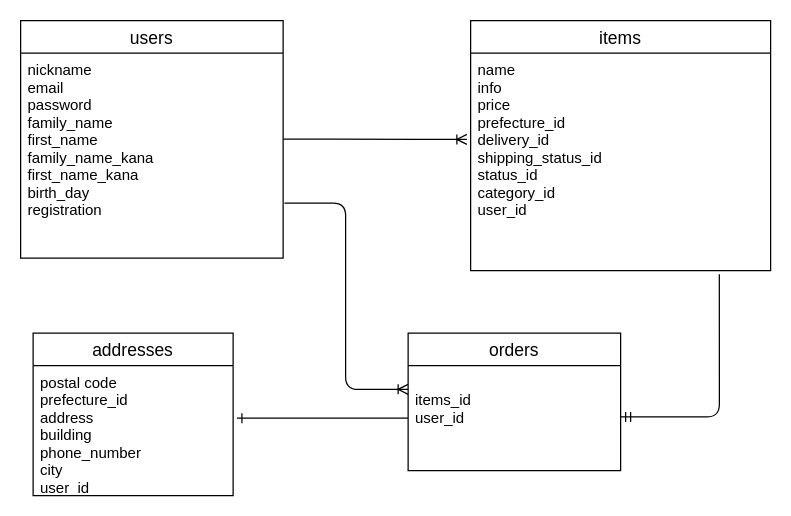
Before: furima.dio in sae-yajima/furima-35697, a draw.io diagram. Source tidied: cells renumbered, new cells numbered last; positions are measured from the earlier drawing's top-left corner, leaving out a move shared by most shapes. Both pictures are drawn from the tidied source at 125%, with x=0, y=0 at pixel (20, 20).
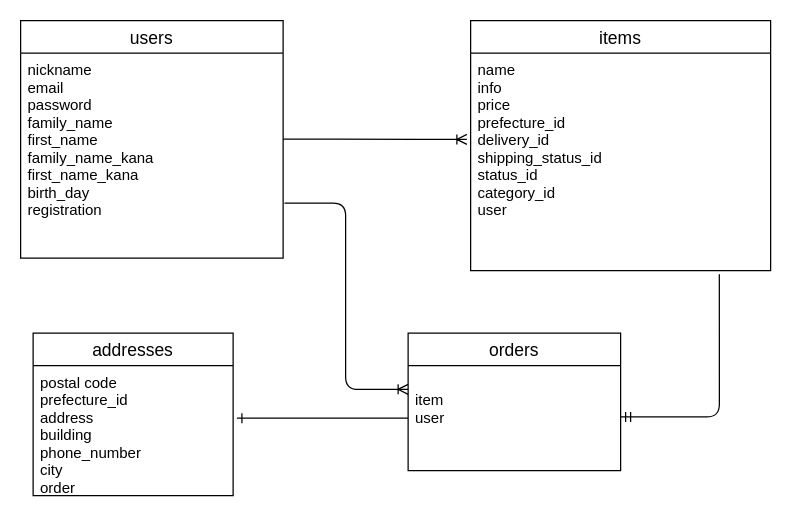
The same page after the edit.

What changed in the source:
```diff
@@
 <mxGraphModel>
   <root>
     <mxCell id="0" />
     <mxCell id="1" parent="0" />
     <mxCell id="2" value="users" style="swimlane;fontStyle=0;horizontal=1;startSize=26;align=center;fontSize=14;" parent="1" vertex="1">
       <mxGeometry width="210" height="190" as="geometry" />
     </mxCell>
     <mxCell id="3" value="nickname&#10;email&#10;password&#10;family_name&#10;first_name&#10;family_name_kana&#10;first_name_kana&#10;birth_day&#10;registration&#10;" style="text;strokeColor=none;fillColor=none;spacingLeft=4;spacingRight=4;overflow=hidden;points=[[0,0.5],[1,0.5]];portConstraint=eastwest;fontSize=12;" parent="2" vertex="1">
       <mxGeometry y="26" width="210" height="164" as="geometry" />
     </mxCell>
     <mxCell id="4" value="items" style="swimlane;fontStyle=0;horizontal=1;startSize=26;align=center;fontSize=14;" parent="1" vertex="1">
       <mxGeometry x="360" width="240" height="200" as="geometry" />
     </mxCell>
-    <mxCell id="5" value="name&#10;info&#10;price&#10;prefecture_id&#10;delivery_id&#10;shipping_status_id&#10;status_id&#10;category_id&#10;user_id&#10;&#10;&#10;&#10;&#10;&#10;" style="text;strokeColor=none;fillColor=none;spacingLeft=4;spacingRight=4;overflow=hidden;points=[[0,0.5],[1,0.5]];portConstraint=eastwest;fontSize=12;" parent="4" vertex="1">
+    <mxCell id="5" value="name&#10;info&#10;price&#10;prefecture_id&#10;delivery_id&#10;shipping_status_id&#10;status_id&#10;category_id&#10;user&#10;&#10;&#10;&#10;&#10;&#10;" style="text;strokeColor=none;fillColor=none;spacingLeft=4;spacingRight=4;overflow=hidden;points=[[0,0.5],[1,0.5]];portConstraint=eastwest;fontSize=12;" parent="4" vertex="1">
       <mxGeometry y="26" width="240" height="174" as="geometry" />
     </mxCell>
     <mxCell id="6" style="edgeStyle=entityRelationEdgeStyle;fontSize=12;html=1;endArrow=ERoneToMany;exitX=1.01;exitY=0.313;exitDx=0;exitDy=0;exitPerimeter=0;" parent="1" edge="1">
       <mxGeometry relative="1" as="geometry">
         <mxPoint x="210" y="94.7" as="sourcePoint" />
         <mxPoint x="357" y="95" as="targetPoint" />
       </mxGeometry>
     </mxCell>
     <mxCell id="7" value="orders" style="swimlane;fontStyle=0;horizontal=1;startSize=26;align=center;fontSize=14;" parent="1" vertex="1">
       <mxGeometry x="310" y="250" width="170" height="110" as="geometry" />
     </mxCell>
-    <mxCell id="8" value="&#10;items_id&#10;user_id" style="text;strokeColor=none;fillColor=none;spacingLeft=4;spacingRight=4;overflow=hidden;points=[[0,0.5],[1,0.5]];portConstraint=eastwest;fontSize=12;" parent="7" vertex="1">
+    <mxCell id="8" value="&#10;item&#10;user&#10;" style="text;strokeColor=none;fillColor=none;spacingLeft=4;spacingRight=4;overflow=hidden;points=[[0,0.5],[1,0.5]];portConstraint=eastwest;fontSize=12;" parent="7" vertex="1">
       <mxGeometry y="26" width="170" height="84" as="geometry" />
     </mxCell>
     <mxCell id="9" value="addresses" style="swimlane;fontStyle=0;horizontal=1;startSize=26;align=center;fontSize=14;" parent="1" vertex="1">
       <mxGeometry x="10" y="250" width="160" height="130" as="geometry" />
     </mxCell>
-    <mxCell id="10" value="postal code&#10;prefecture_id&#10;address&#10;building&#10;phone_number&#10;city&#10;user_id&#10;&#10;&#10;&#10;&#10;" style="text;strokeColor=none;fillColor=none;spacingLeft=4;spacingRight=4;overflow=hidden;points=[[0,0.5],[1,0.5]];portConstraint=eastwest;fontSize=12;" parent="9" vertex="1">
+    <mxCell id="10" value="postal code&#10;prefecture_id&#10;address&#10;building&#10;phone_number&#10;city&#10;order&#10;&#10;&#10;&#10;&#10;" style="text;strokeColor=none;fillColor=none;spacingLeft=4;spacingRight=4;overflow=hidden;points=[[0,0.5],[1,0.5]];portConstraint=eastwest;fontSize=12;" parent="9" vertex="1">
       <mxGeometry y="26" width="160" height="104" as="geometry" />
     </mxCell>
     <mxCell id="11" style="fontSize=12;html=1;endArrow=ERone;endFill=1;entryX=1.019;entryY=0.404;entryDx=0;entryDy=0;entryPerimeter=0;exitX=0;exitY=0.5;exitDx=0;exitDy=0;" parent="1" edge="1" source="8" target="10">
       <mxGeometry relative="1" as="geometry" />
     </mxCell>
     <mxCell id="12" style="fontSize=12;html=1;endArrow=ERmandOne;edgeStyle=orthogonalEdgeStyle;exitX=0.829;exitY=1.017;exitDx=0;exitDy=0;exitPerimeter=0;" parent="1" edge="1" source="5" target="8">
       <mxGeometry relative="1" as="geometry">
         <Array as="points">
           <mxPoint x="559" y="317" />
         </Array>
       </mxGeometry>
     </mxCell>
     <mxCell id="13" style="edgeStyle=orthogonalEdgeStyle;fontSize=12;html=1;endArrow=ERoneToMany;entryX=0;entryY=0.226;entryDx=0;entryDy=0;entryPerimeter=0;exitX=1.005;exitY=0.732;exitDx=0;exitDy=0;exitPerimeter=0;" parent="1" edge="1" source="3" target="8">
       <mxGeometry relative="1" as="geometry" />
     </mxCell>
   </root>
 </mxGraphModel>
```
